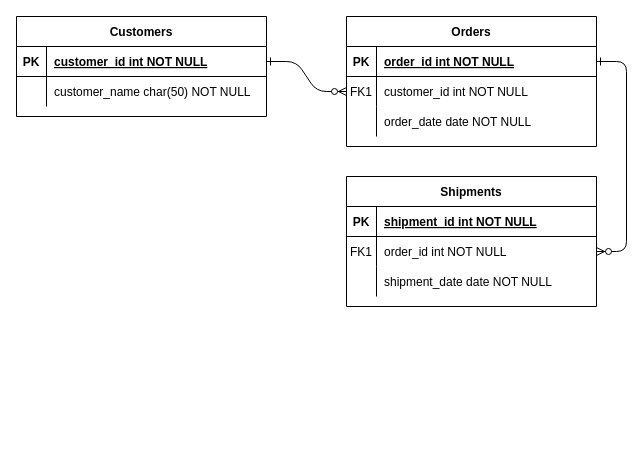
NASSER-JV/data-service keeps this draw.io diagram as Diagrama.drawio. Above is the earlier version. Source tidied: cells renumbered, new cells numbered last; positions are measured from the earlier drawing's top-left corner, leaving out a move shared by most shapes. Both pictures are drawn from the tidied source at 100%, with x=0, y=0 at pixel (16, 16).
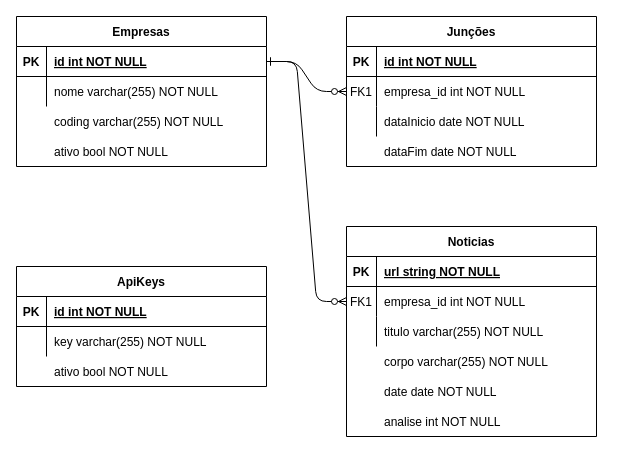
The same page after the edit.

Commit message:
Alterando diagrama do banco de dados.

The change refers to these unchanged cells:
```xml
<mxCell id="5" style="shape=partialRectangle;fillColor=none;points=[[0,0.5],[1,0.5]];portConstraint=eastwest;top=0;left=0;right=0;bottom=1;" parent="4" vertex="1">
  <mxGeometry y="30" width="250" height="30" as="geometry" />
</mxCell>
<mxCell id="8" style="shape=partialRectangle;fillColor=none;points=[[0,0.5],[1,0.5]];portConstraint=eastwest;top=0;left=0;right=0;bottom=0;" parent="4" vertex="1">
  <mxGeometry y="60" width="250" height="30" as="geometry" />
</mxCell>
<mxCell id="11" style="shape=partialRectangle;fillColor=none;top=0;left=0;right=0;bottom=0;" parent="4" vertex="1">
  <mxGeometry y="90" width="250" height="30" as="geometry" />
</mxCell>
<mxCell id="15" style="shape=partialRectangle;fillColor=none;top=0;left=0;right=0;bottom=1;" parent="14" vertex="1">
  <mxGeometry y="30" width="250" height="30" as="geometry" />
</mxCell>
<mxCell id="18" style="shape=partialRectangle;fillColor=none;points=[[0,0.5],[1,0.5]];portConstraint=eastwest;top=0;left=0;right=0;bottom=0;" parent="14" vertex="1">
  <mxGeometry y="60" width="250" height="30" as="geometry" />
</mxCell>
<mxCell id="21" style="shape=partialRectangle;fillColor=none;top=0;left=0;right=0;bottom=0;" parent="14" vertex="1">
  <mxGeometry y="90" width="250" height="30" as="geometry" />
</mxCell>
<mxCell id="25" style="shape=partialRectangle;fillColor=none;points=[[0,0.5],[1,0.5]];portConstraint=eastwest;top=0;left=0;right=0;bottom=1;" parent="24" vertex="1">
  <mxGeometry y="30" width="250" height="30" as="geometry" />
</mxCell>
<mxCell id="28" style="shape=partialRectangle;fillColor=none;top=0;left=0;right=0;bottom=0;" parent="24" vertex="1">
  <mxGeometry y="60" width="250" height="30" as="geometry" />
</mxCell>
```

What changed in the source:
```diff
@@
-    <mxCell id="3" style="edgeStyle=entityRelationEdgeStyle;endArrow=ERzeroToMany;startArrow=ERone;endFill=1;startFill=0;" parent="1" edge="1" source="5" target="18">
+    <mxCell id="3" style="edgeStyle=entityRelationEdgeStyle;endArrow=ERzeroToMany;startArrow=ERone;endFill=1;startFill=0;" parent="1" edge="1" source="25" target="18">
       <mxGeometry relative="1" as="geometry" />
     </mxCell>
-    <mxCell id="4" value="Orders" style="shape=table;startSize=30;childLayout=tableLayout;rowLines=0;fontStyle=1;align=center;" parent="1" vertex="1">
-      <mxGeometry x="330" width="250" height="130" as="geometry" />
+    <mxCell id="4" value="Junções" style="shape=table;startSize=30;childLayout=tableLayout;rowLines=0;fontStyle=1;align=center;" parent="1" vertex="1">
+      <mxGeometry x="330" width="250" height="150" as="geometry" />
     </mxCell>
@@
-    <mxCell id="7" value="order_id int NOT NULL " style="shape=partialRectangle;overflow=hidden;fillColor=none;top=0;left=0;bottom=0;right=0;align=left;spacingLeft=6;fontStyle=5;" parent="5" vertex="1">
+    <mxCell id="7" value="id int NOT NULL " style="shape=partialRectangle;overflow=hidden;fillColor=none;top=0;left=0;bottom=0;right=0;align=left;spacingLeft=6;fontStyle=5;" parent="5" vertex="1">
       <mxGeometry x="30" width="220" height="30" as="geometry" />
     </mxCell>
@@
-    <mxCell id="10" value="customer_id int NOT NULL" style="shape=partialRectangle;overflow=hidden;fillColor=none;top=0;left=0;bottom=0;right=0;align=left;spacingLeft=6;" parent="8" vertex="1">
+    <mxCell id="10" value="empresa_id int NOT NULL" style="shape=partialRectangle;overflow=hidden;fillColor=none;top=0;left=0;bottom=0;right=0;align=left;spacingLeft=6;" parent="8" vertex="1">
       <mxGeometry x="30" width="220" height="30" as="geometry" />
     </mxCell>
@@
-    <mxCell id="13" value="order_date date NOT NULL" style="shape=partialRectangle;overflow=hidden;fillColor=none;top=0;left=0;bottom=0;right=0;align=left;spacingLeft=6;" parent="11" vertex="1">
+    <mxCell id="13" value="dataInicio date NOT NULL" style="shape=partialRectangle;overflow=hidden;fillColor=none;top=0;left=0;bottom=0;right=0;align=left;spacingLeft=6;" parent="11" vertex="1">
       <mxGeometry x="30" width="220" height="30" as="geometry" />
     </mxCell>
-    <mxCell id="14" value="Shipments" style="shape=table;startSize=30;childLayout=tableLayout;rowLines=0;fontStyle=1;align=center;" parent="1" vertex="1">
-      <mxGeometry x="330" y="160" width="250" height="130" as="geometry" />
+    <mxCell id="14" value="Noticias" style="shape=table;startSize=30;childLayout=tableLayout;rowLines=0;fontStyle=1;align=center;" parent="1" vertex="1">
+      <mxGeometry x="330" y="210" width="250" height="210" as="geometry" />
     </mxCell>
@@
-    <mxCell id="17" value="shipment_id int NOT NULL " style="shape=partialRectangle;overflow=hidden;fillColor=none;top=0;left=0;bottom=0;right=0;align=left;spacingLeft=6;fontStyle=5;" parent="15" vertex="1">
+    <mxCell id="17" value="url string NOT NULL " style="shape=partialRectangle;overflow=hidden;fillColor=none;top=0;left=0;bottom=0;right=0;align=left;spacingLeft=6;fontStyle=5;" parent="15" vertex="1">
       <mxGeometry x="30" width="220" height="30" as="geometry" />
     </mxCell>
@@
-    <mxCell id="20" value="order_id int NOT NULL" style="shape=partialRectangle;overflow=hidden;fillColor=none;top=0;left=0;bottom=0;right=0;align=left;spacingLeft=6;" parent="18" vertex="1">
+    <mxCell id="20" value="empresa_id int NOT NULL" style="shape=partialRectangle;overflow=hidden;fillColor=none;top=0;left=0;bottom=0;right=0;align=left;spacingLeft=6;" parent="18" vertex="1">
       <mxGeometry x="30" width="220" height="30" as="geometry" />
     </mxCell>
@@
-    <mxCell id="23" value="shipment_date date NOT NULL" style="shape=partialRectangle;overflow=hidden;fillColor=none;top=0;left=0;bottom=0;right=0;align=left;spacingLeft=6;" parent="21" vertex="1">
+    <mxCell id="23" value="titulo varchar(255) NOT NULL" style="shape=partialRectangle;overflow=hidden;fillColor=none;top=0;left=0;bottom=0;right=0;align=left;spacingLeft=6;" parent="21" vertex="1">
       <mxGeometry x="30" width="220" height="30" as="geometry" />
     </mxCell>
-    <mxCell id="24" value="Customers" style="shape=table;startSize=30;childLayout=tableLayout;rowLines=0;fontStyle=1;align=center;" parent="1" vertex="1">
-      <mxGeometry width="250" height="100" as="geometry" />
+    <mxCell id="24" value="Empresas" style="shape=table;startSize=30;childLayout=tableLayout;rowLines=0;fontStyle=1;align=center;" parent="1" vertex="1">
+      <mxGeometry width="250" height="150" as="geometry" />
     </mxCell>
@@
-    <mxCell id="27" value="customer_id int NOT NULL " style="shape=partialRectangle;overflow=hidden;fillColor=none;top=0;left=0;bottom=0;right=0;align=left;spacingLeft=6;fontStyle=5;" parent="25" vertex="1">
+    <mxCell id="27" value="id int NOT NULL" style="shape=partialRectangle;overflow=hidden;fillColor=none;top=0;left=0;bottom=0;right=0;align=left;spacingLeft=6;fontStyle=5;" parent="25" vertex="1">
       <mxGeometry x="30" width="220" height="30" as="geometry" />
     </mxCell>
@@
-    <mxCell id="29" style="shape=partialRectangle;overflow=hidden;fillColor=none;top=0;left=0;bottom=0;right=0;" parent="28" vertex="1">
+    <mxCell id="29" value="&#10;&#10;&#10;&#10;&#10;" style="shape=partialRectangle;overflow=hidden;fillColor=none;top=0;left=0;bottom=0;right=0;" parent="28" vertex="1">
       <mxGeometry width="30" height="30" as="geometry" />
     </mxCell>
-    <mxCell id="30" value="customer_name char(50) NOT NULL" style="shape=partialRectangle;overflow=hidden;fillColor=none;top=0;left=0;bottom=0;right=0;align=left;spacingLeft=6;" parent="28" vertex="1">
+    <mxCell id="30" value="nome varchar(255) NOT NULL" style="shape=partialRectangle;overflow=hidden;top=0;left=0;bottom=0;right=0;align=left;spacingLeft=6;fillColor=none;" parent="28" vertex="1">
       <mxGeometry x="30" width="220" height="30" as="geometry" />
     </mxCell>
+    <mxCell id="31" style="shape=partialRectangle;fillColor=none;top=0;left=0;right=0;bottom=0;" parent="1" vertex="1">
+      <mxGeometry y="90" width="250" height="30" as="geometry" />
+    </mxCell>
+    <mxCell id="32" value="&#10;&#10;&#10;&#10;&#10;" style="shape=partialRectangle;overflow=hidden;fillColor=none;top=0;left=0;bottom=0;right=0;" parent="31" vertex="1">
+      <mxGeometry width="30" height="30" as="geometry" />
+    </mxCell>
+    <mxCell id="33" value="coding varchar(255) NOT NULL" style="shape=partialRectangle;overflow=hidden;top=0;left=0;bottom=0;right=0;align=left;spacingLeft=6;fillColor=none;" parent="31" vertex="1">
+      <mxGeometry x="30" width="220" height="30" as="geometry" />
+    </mxCell>
+    <mxCell id="34" style="shape=partialRectangle;fillColor=none;top=0;left=0;right=0;bottom=0;" parent="1" vertex="1">
+      <mxGeometry y="120" width="250" height="30" as="geometry" />
+    </mxCell>
+    <mxCell id="35" value="&#10;&#10;&#10;&#10;&#10;" style="shape=partialRectangle;overflow=hidden;fillColor=none;top=0;left=0;bottom=0;right=0;" parent="34" vertex="1">
+      <mxGeometry width="30" height="30" as="geometry" />
+    </mxCell>
+    <mxCell id="36" value="ativo bool NOT NULL" style="shape=partialRectangle;overflow=hidden;top=0;left=0;bottom=0;right=0;align=left;spacingLeft=6;fillColor=none;" parent="34" vertex="1">
+      <mxGeometry x="30" width="220" height="30" as="geometry" />
+    </mxCell>
+    <mxCell id="37" style="shape=partialRectangle;fillColor=none;top=0;left=0;right=0;bottom=0;" parent="1" vertex="1">
+      <mxGeometry x="330" y="120" width="250" height="30" as="geometry" />
+    </mxCell>
+    <mxCell id="38" style="shape=partialRectangle;overflow=hidden;fillColor=none;top=0;left=0;bottom=0;right=0;" parent="37" vertex="1">
+      <mxGeometry width="30" height="30" as="geometry" />
+    </mxCell>
+    <mxCell id="39" value="dataFim date NOT NULL" style="shape=partialRectangle;overflow=hidden;fillColor=none;top=0;left=0;bottom=0;right=0;align=left;spacingLeft=6;" parent="37" vertex="1">
+      <mxGeometry x="30" width="220" height="30" as="geometry" />
+    </mxCell>
+    <mxCell id="40" style="shape=partialRectangle;fillColor=none;top=0;left=0;right=0;bottom=0;" parent="1" vertex="1">
+      <mxGeometry x="330" y="330" width="250" height="30" as="geometry" />
+    </mxCell>
+    <mxCell id="41" style="shape=partialRectangle;overflow=hidden;fillColor=none;top=0;left=0;bottom=0;right=0;" parent="40" vertex="1">
+      <mxGeometry width="30" height="30" as="geometry" />
+    </mxCell>
+    <mxCell id="42" value="corpo varchar(255) NOT NULL" style="shape=partialRectangle;overflow=hidden;fillColor=none;top=0;left=0;bottom=0;right=0;align=left;spacingLeft=6;" parent="40" vertex="1">
+      <mxGeometry x="30" width="220" height="30" as="geometry" />
+    </mxCell>
+    <mxCell id="43" style="shape=partialRectangle;fillColor=none;top=0;left=0;right=0;bottom=0;" parent="1" vertex="1">
+      <mxGeometry x="330" y="360" width="250" height="30" as="geometry" />
+    </mxCell>
+    <mxCell id="44" style="shape=partialRectangle;overflow=hidden;fillColor=none;top=0;left=0;bottom=0;right=0;" parent="43" vertex="1">
+      <mxGeometry width="30" height="30" as="geometry" />
+    </mxCell>
+    <mxCell id="45" value="date date NOT NULL" style="shape=partialRectangle;overflow=hidden;fillColor=none;top=0;left=0;bottom=0;right=0;align=left;spacingLeft=6;" parent="43" vertex="1">
+      <mxGeometry x="30" width="220" height="30" as="geometry" />
+    </mxCell>
+    <mxCell id="46" style="shape=partialRectangle;fillColor=none;top=0;left=0;right=0;bottom=0;" parent="1" vertex="1">
+      <mxGeometry x="330" y="390" width="250" height="30" as="geometry" />
+    </mxCell>
+    <mxCell id="47" style="shape=partialRectangle;overflow=hidden;fillColor=none;top=0;left=0;bottom=0;right=0;" parent="46" vertex="1">
+      <mxGeometry width="30" height="30" as="geometry" />
+    </mxCell>
+    <mxCell id="48" value="analise int NOT NULL" style="shape=partialRectangle;overflow=hidden;fillColor=none;top=0;left=0;bottom=0;right=0;align=left;spacingLeft=6;" parent="46" vertex="1">
+      <mxGeometry x="30" width="220" height="30" as="geometry" />
+    </mxCell>
+    <mxCell id="49" value="ApiKeys" style="shape=table;startSize=30;childLayout=tableLayout;rowLines=0;fontStyle=1;align=center;" parent="1" vertex="1">
+      <mxGeometry y="250" width="250" height="120" as="geometry" />
+    </mxCell>
+    <mxCell id="50" style="shape=partialRectangle;fillColor=none;top=0;left=0;right=0;bottom=1;" parent="49" vertex="1">
+      <mxGeometry y="30" width="250" height="30" as="geometry" />
+    </mxCell>
+    <mxCell id="51" value="PK" style="shape=partialRectangle;overflow=hidden;fillColor=none;top=0;left=0;bottom=0;right=0;fontStyle=1;" parent="50" vertex="1">
+      <mxGeometry width="30" height="30" as="geometry" />
+    </mxCell>
+    <mxCell id="52" value="id int NOT NULL" style="shape=partialRectangle;overflow=hidden;fillColor=none;top=0;left=0;bottom=0;right=0;align=left;spacingLeft=6;fontStyle=5;" parent="50" vertex="1">
+      <mxGeometry x="30" width="220" height="30" as="geometry" />
+    </mxCell>
+    <mxCell id="53" style="shape=partialRectangle;fillColor=none;top=0;left=0;right=0;bottom=0;" parent="49" vertex="1">
+      <mxGeometry y="60" width="250" height="30" as="geometry" />
+    </mxCell>
+    <mxCell id="54" value="&#10;&#10;&#10;&#10;&#10;" style="shape=partialRectangle;overflow=hidden;fillColor=none;top=0;left=0;bottom=0;right=0;" parent="53" vertex="1">
+      <mxGeometry width="30" height="30" as="geometry" />
+    </mxCell>
+    <mxCell id="55" value="key varchar(255) NOT NULL" style="shape=partialRectangle;overflow=hidden;top=0;left=0;bottom=0;right=0;align=left;spacingLeft=6;fillColor=none;" parent="53" vertex="1">
+      <mxGeometry x="30" width="220" height="30" as="geometry" />
+    </mxCell>
+    <mxCell id="56" style="shape=partialRectangle;fillColor=none;top=0;left=0;right=0;bottom=0;" parent="1" vertex="1">
+      <mxGeometry y="340" width="250" height="30" as="geometry" />
+    </mxCell>
+    <mxCell id="57" value="&#10;&#10;&#10;&#10;&#10;" style="shape=partialRectangle;overflow=hidden;fillColor=none;top=0;left=0;bottom=0;right=0;" parent="56" vertex="1">
+      <mxGeometry width="30" height="30" as="geometry" />
+    </mxCell>
+    <mxCell id="58" value="ativo bool NOT NULL" style="shape=partialRectangle;overflow=hidden;top=0;left=0;bottom=0;right=0;align=left;spacingLeft=6;fillColor=none;" parent="56" vertex="1">
+      <mxGeometry x="30" width="220" height="30" as="geometry" />
+    </mxCell>
```
